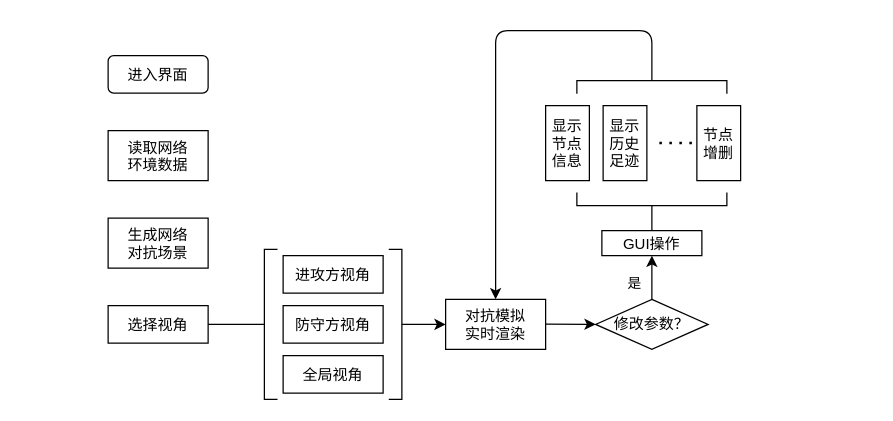
Earlier version of the draw.io diagram 多视角_流程图.drawio (undinuanao/-). Source tidied: cells renumbered, new cells numbered last; positions are measured from the earlier drawing's top-left corner, leaving out a move shared by most shapes. Both pictures are drawn from the tidied source at 125%, with x=0, y=0 at pixel (108, 30).
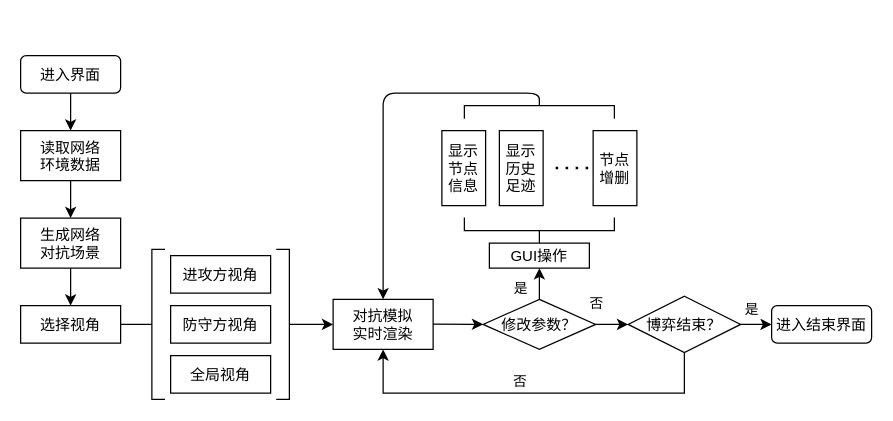
Above is the later version.

Commit message (it also covers changes not shown here):
更新多视角_流程图.drawio

What changed in the source:
```diff
@@
+    <mxCell id="27" style="edgeStyle=orthogonalEdgeStyle;rounded=0;jettySize=auto;entryX=0.5;entryY=0;entryDx=0;entryDy=0;" parent="1" edge="1" source="2" target="3">
+      <mxGeometry relative="1" as="geometry" />
+    </mxCell>
     <mxCell id="2" value="进入界面" style="rounded=1;" parent="1" vertex="1">
-      <mxGeometry y="20" width="80" height="30" as="geometry" />
+      <mxGeometry x="-70" y="20" width="80" height="30" as="geometry" />
     </mxCell>
+    <mxCell id="28" style="edgeStyle=orthogonalEdgeStyle;rounded=0;jettySize=auto;" parent="1" edge="1" source="3" target="4">
+      <mxGeometry relative="1" as="geometry" />
+    </mxCell>
     <mxCell id="3" value="读取网络&#10;环境数据" style="rounded=0;" parent="1" vertex="1">
-      <mxGeometry y="80" width="80" height="40" as="geometry" />
+      <mxGeometry x="-70" y="80" width="80" height="40" as="geometry" />
     </mxCell>
+    <mxCell id="29" style="edgeStyle=orthogonalEdgeStyle;rounded=0;jettySize=auto;entryX=0.5;entryY=0;entryDx=0;entryDy=0;" parent="1" edge="1" source="4" target="5">
+      <mxGeometry relative="1" as="geometry" />
+    </mxCell>
     <mxCell id="4" value="生成网络&#10;对抗场景" style="rounded=0;" parent="1" vertex="1">
-      <mxGeometry y="150" width="80" height="40" as="geometry" />
+      <mxGeometry x="-70" y="150" width="80" height="40" as="geometry" />
     </mxCell>
     <mxCell id="5" value="选择视角" style="rounded=0;" parent="1" vertex="1">
-      <mxGeometry y="220" width="80" height="30" as="geometry" />
+      <mxGeometry x="-70" y="220" width="80" height="30" as="geometry" />
     </mxCell>
     <mxCell id="6" value="进攻方视角" style="rounded=0;" parent="1" vertex="1">
-      <mxGeometry x="140" y="180" width="80" height="30" as="geometry" />
+      <mxGeometry x="50" y="180" width="80" height="30" as="geometry" />
     </mxCell>
     <mxCell id="7" value="防守方视角" style="rounded=0;" parent="1" vertex="1">
-      <mxGeometry x="140" y="220" width="80" height="30" as="geometry" />
+      <mxGeometry x="50" y="220" width="80" height="30" as="geometry" />
     </mxCell>
     <mxCell id="8" value="全局视角" style="rounded=0;" parent="1" vertex="1">
-      <mxGeometry x="140" y="260" width="80" height="30" as="geometry" />
+      <mxGeometry x="50" y="260" width="80" height="30" as="geometry" />
     </mxCell>
-    <mxCell id="9" style="shape=partialRectangle;whiteSpace=wrap;html=1;bottom=1;right=1;left=1;top=0;fillColor=none;routingCenterX=-0.5;rotation=90;" parent="1" vertex="1">
-      <mxGeometry x="70" y="230" width="120" height="10" as="geometry" />
+    <mxCell id="9" style="shape=partialRectangle;bottom=1;right=1;left=1;top=0;fillColor=none;routingCenterX=-0.5;rotation=90;" parent="1" vertex="1">
+      <mxGeometry x="-20" y="230" width="120" height="10" as="geometry" />
     </mxCell>
-    <mxCell id="10" style="endArrow=none;html=1;exitX=1;exitY=0.5;exitDx=0;exitDy=0;" parent="1" edge="1" source="5" target="9">
+    <mxCell id="10" style="endArrow=none;exitX=1;exitY=0.5;exitDx=0;exitDy=0;" parent="1" edge="1" source="5" target="9">
       <mxGeometry relative="1" as="geometry" />
     </mxCell>
-    <mxCell id="11" style="shape=partialRectangle;whiteSpace=wrap;html=1;bottom=1;right=1;left=1;top=0;fillColor=none;routingCenterX=-0.5;rotation=-90;" parent="1" vertex="1">
-      <mxGeometry x="170" y="230" width="120" height="10" as="geometry" />
+    <mxCell id="11" style="shape=partialRectangle;bottom=1;right=1;left=1;top=0;fillColor=none;routingCenterX=-0.5;rotation=-90;" parent="1" vertex="1">
+      <mxGeometry x="80" y="230" width="120" height="10" as="geometry" />
     </mxCell>
-    <mxCell id="12" style="endArrow=classic;html=1;exitX=0.5;exitY=1;exitDx=0;exitDy=0;" parent="1" edge="1" source="11">
-      <mxGeometry relative="1" as="geometry">
-        <mxPoint x="270" y="235" as="targetPoint" />
-      </mxGeometry>
+    <mxCell id="12" style="endArrow=classic;exitX=0.5;exitY=1;exitDx=0;exitDy=0;entryX=0;entryY=0.5;entryDx=0;entryDy=0;" parent="1" edge="1" source="11" target="13">
+      <mxGeometry relative="1" as="geometry" />
     </mxCell>
     <mxCell id="13" value="对抗模拟&#10;实时渲染" style="rounded=0;" parent="1" vertex="1">
-      <mxGeometry x="270" y="215" width="80" height="40" as="geometry" />
+      <mxGeometry x="180" y="215" width="80" height="40" as="geometry" />
     </mxCell>
-    <mxCell id="14" value="修改参数？" style="rhombus;whiteSpace=wrap;html=1;" parent="1" vertex="1">
-      <mxGeometry x="390" y="215" width="90" height="40" as="geometry" />
+    <mxCell id="14" value="修改参数？" style="rhombus;" parent="1" vertex="1">
+      <mxGeometry x="300" y="215" width="90" height="40" as="geometry" />
     </mxCell>
-    <mxCell id="15" style="endArrow=classic;html=1;exitX=0.5;exitY=1;exitDx=0;exitDy=0;entryX=0;entryY=0.5;entryDx=0;entryDy=0;" parent="1" edge="1" target="14">
+    <mxCell id="15" style="endArrow=classic;exitX=0.5;exitY=1;exitDx=0;exitDy=0;entryX=0;entryY=0.5;entryDx=0;entryDy=0;" parent="1" edge="1" target="14">
       <mxGeometry relative="1" as="geometry">
-        <mxPoint x="350" y="234.8" as="sourcePoint" />
+        <mxPoint x="260" y="234.8" as="sourcePoint" />
       </mxGeometry>
     </mxCell>
-    <mxCell id="16" style="endArrow=classic;html=1;exitX=0.5;exitY=0;exitDx=0;exitDy=0;" parent="1" edge="1" source="14">
-      <mxGeometry relative="1" as="geometry">
-        <mxPoint x="435" y="180" as="targetPoint" />
-      </mxGeometry>
+    <mxCell id="16" style="endArrow=classic;exitX=0.5;exitY=0;exitDx=0;exitDy=0;entryX=0.5;entryY=1;entryDx=0;entryDy=0;" parent="1" edge="1" source="14" target="18">
+      <mxGeometry relative="1" as="geometry" />
     </mxCell>
-    <mxCell id="17" value="是" style="edgeLabel;html=1;align=center;verticalAlign=middle;" parent="16" vertex="1">
+    <mxCell id="17" value="是" style="edgeLabel;align=center;verticalAlign=middle;" parent="16" vertex="1">
       <mxGeometry x="-0.18" y="1" relative="1" as="geometry">
         <mxPoint x="-14" as="offset" />
       </mxGeometry>
     </mxCell>
     <mxCell id="18" value="GUI操作" style="rounded=0;" parent="1" vertex="1">
-      <mxGeometry x="395" y="160" width="80" height="20" as="geometry" />
+      <mxGeometry x="305" y="170" width="80" height="20" as="geometry" />
     </mxCell>
-    <mxCell id="19" style="endArrow=none;html=1;exitX=0.5;exitY=0;exitDx=0;exitDy=0;" parent="1" edge="1" source="18">
+    <mxCell id="19" style="endArrow=none;exitX=0.5;exitY=0;exitDx=0;exitDy=0;" parent="1" edge="1" source="18">
       <mxGeometry relative="1" as="geometry">
-        <mxPoint x="435" y="140" as="targetPoint" />
+        <mxPoint x="345" y="160" as="targetPoint" />
       </mxGeometry>
     </mxCell>
-    <mxCell id="20" style="shape=partialRectangle;whiteSpace=wrap;html=1;bottom=1;right=1;left=1;top=0;fillColor=none;routingCenterX=-0.5;rotation=0;" parent="1" vertex="1">
-      <mxGeometry x="375" y="130" width="120" height="10" as="geometry" />
+    <mxCell id="20" style="shape=partialRectangle;bottom=1;right=1;left=1;top=0;fillColor=none;routingCenterX=-0.5;rotation=0;" parent="1" vertex="1">
+      <mxGeometry x="285" y="150" width="120" height="10" as="geometry" />
     </mxCell>
     <mxCell id="21" value="显示&#10;节点&#10;信息" style="rounded=0;" parent="1" vertex="1">
-      <mxGeometry x="350" y="60" width="35" height="60" as="geometry" />
+      <mxGeometry x="267" y="80" width="35" height="60" as="geometry" />
     </mxCell>
     <mxCell id="22" value="显示&#10;历史&#10;足迹" style="rounded=0;" parent="1" vertex="1">
-      <mxGeometry x="396" y="60" width="35" height="60" as="geometry" />
+      <mxGeometry x="313" y="80" width="35" height="60" as="geometry" />
     </mxCell>
     <mxCell id="23" value="节点&#10;增删" style="rounded=0;" parent="1" vertex="1">
-      <mxGeometry x="471" y="60" width="35" height="60" as="geometry" />
+      <mxGeometry x="388" y="80" width="35" height="60" as="geometry" />
     </mxCell>
-    <mxCell id="24" style="endArrow=none;dashed=1;html=1;dashPattern=1 3;strokeWidth=2;" parent="1" edge="1">
+    <mxCell id="24" style="endArrow=none;dashed=1;dashPattern=1 3;strokeWidth=2;" parent="1" edge="1">
       <mxGeometry relative="1" as="geometry">
-        <mxPoint x="441" y="89.9" as="sourcePoint" />
-        <mxPoint x="471" y="89.9" as="targetPoint" />
+        <mxPoint x="358" y="109.9" as="sourcePoint" />
+        <mxPoint x="388" y="109.9" as="targetPoint" />
       </mxGeometry>
     </mxCell>
-    <mxCell id="25" style="shape=partialRectangle;whiteSpace=wrap;html=1;bottom=1;right=1;left=1;top=0;fillColor=none;routingCenterX=-0.5;rotation=-180;" parent="1" vertex="1">
-      <mxGeometry x="375" y="40" width="120" height="10" as="geometry" />
+    <mxCell id="25" style="shape=partialRectangle;bottom=1;right=1;left=1;top=0;fillColor=none;routingCenterX=-0.5;rotation=-180;" parent="1" vertex="1">
+      <mxGeometry x="285" y="60" width="120" height="10" as="geometry" />
     </mxCell>
-    <mxCell id="26" style="endArrow=classic;html=1;exitX=0.5;exitY=1;exitDx=0;exitDy=0;entryX=0.5;entryY=0;entryDx=0;entryDy=0;" parent="1" edge="1" source="25" target="13">
+    <mxCell id="26" style="endArrow=classic;exitX=0.5;exitY=1;exitDx=0;exitDy=0;entryX=0.5;entryY=0;entryDx=0;entryDy=0;" parent="1" edge="1" source="25" target="13">
       <mxGeometry relative="1" as="geometry">
         <Array as="points">
-          <mxPoint x="435" />
-          <mxPoint x="310" />
+          <mxPoint x="345" y="50" />
+          <mxPoint x="285" y="50" />
+          <mxPoint x="220" y="50" />
         </Array>
       </mxGeometry>
     </mxCell>
+    <mxCell id="30" style="endArrow=classic;exitX=1;exitY=0.5;exitDx=0;exitDy=0;entryX=0;entryY=0.5;entryDx=0;entryDy=0;" parent="1" edge="1" source="14" target="36">
+      <mxGeometry relative="1" as="geometry" />
+    </mxCell>
+    <mxCell id="31" value="否" style="edgeLabel;align=center;verticalAlign=middle;" parent="30" vertex="1">
+      <mxGeometry x="-0.18" y="1" relative="1" as="geometry">
+        <mxPoint x="-10.5" y="-16.5" as="offset" />
+      </mxGeometry>
+    </mxCell>
+    <mxCell id="32" style="edgeStyle=orthogonalEdgeStyle;rounded=0;jettySize=auto;entryX=0;entryY=0.5;entryDx=0;entryDy=0;" parent="1" edge="1" source="36" target="37">
+      <mxGeometry relative="1" as="geometry" />
+    </mxCell>
+    <mxCell id="33" value="是" style="edgeLabel;align=center;verticalAlign=middle;" parent="32" vertex="1">
+      <mxGeometry x="0.02" y="1" relative="1" as="geometry">
+        <mxPoint x="-3.1" y="-14" as="offset" />
+      </mxGeometry>
+    </mxCell>
+    <mxCell id="34" style="edgeStyle=orthogonalEdgeStyle;rounded=0;jettySize=auto;entryX=0.5;entryY=1;entryDx=0;entryDy=0;exitX=0.5;exitY=1;exitDx=0;exitDy=0;" parent="1" edge="1" source="36" target="13">
+      <mxGeometry relative="1" as="geometry">
+        <Array as="points">
+          <mxPoint x="461" y="290" />
+          <mxPoint x="220" y="290" />
+        </Array>
+      </mxGeometry>
+    </mxCell>
+    <mxCell id="35" value="否" style="edgeLabel;align=center;verticalAlign=middle;" parent="34" vertex="1">
+      <mxGeometry x="-0.22" y="1" relative="1" as="geometry">
+        <mxPoint x="-44.1" y="-11" as="offset" />
+      </mxGeometry>
+    </mxCell>
+    <mxCell id="36" value="博弈结束？" style="rhombus;" parent="1" vertex="1">
+      <mxGeometry x="416" y="212.5" width="90" height="45" as="geometry" />
+    </mxCell>
+    <mxCell id="37" value="进入结束界面" style="rounded=1;" parent="1" vertex="1">
+      <mxGeometry x="530.8" y="220" width="80" height="30" as="geometry" />
+    </mxCell>
```
